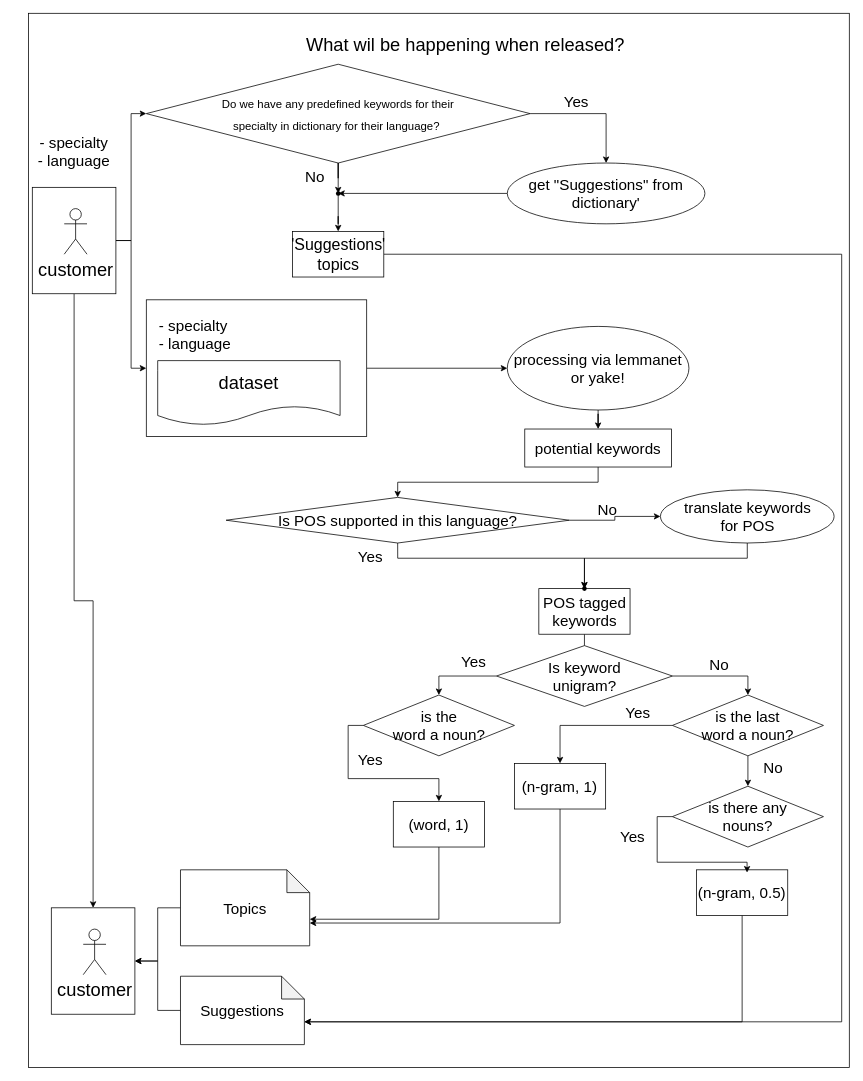
Above: page "before selecting topics" (2 of 3) of Untitled Diagram.drawio in yuliia-shevchenko137/yuliia-shevchenko137 (draw.io), before the change. Source tidied: cells renumbered, new cells numbered last; positions are measured from the earlier drawing's top-left corner, leaving out a move shared by most shapes. Both pictures are drawn from the tidied source at 76%, with x=0, y=0 at pixel (13, 13).
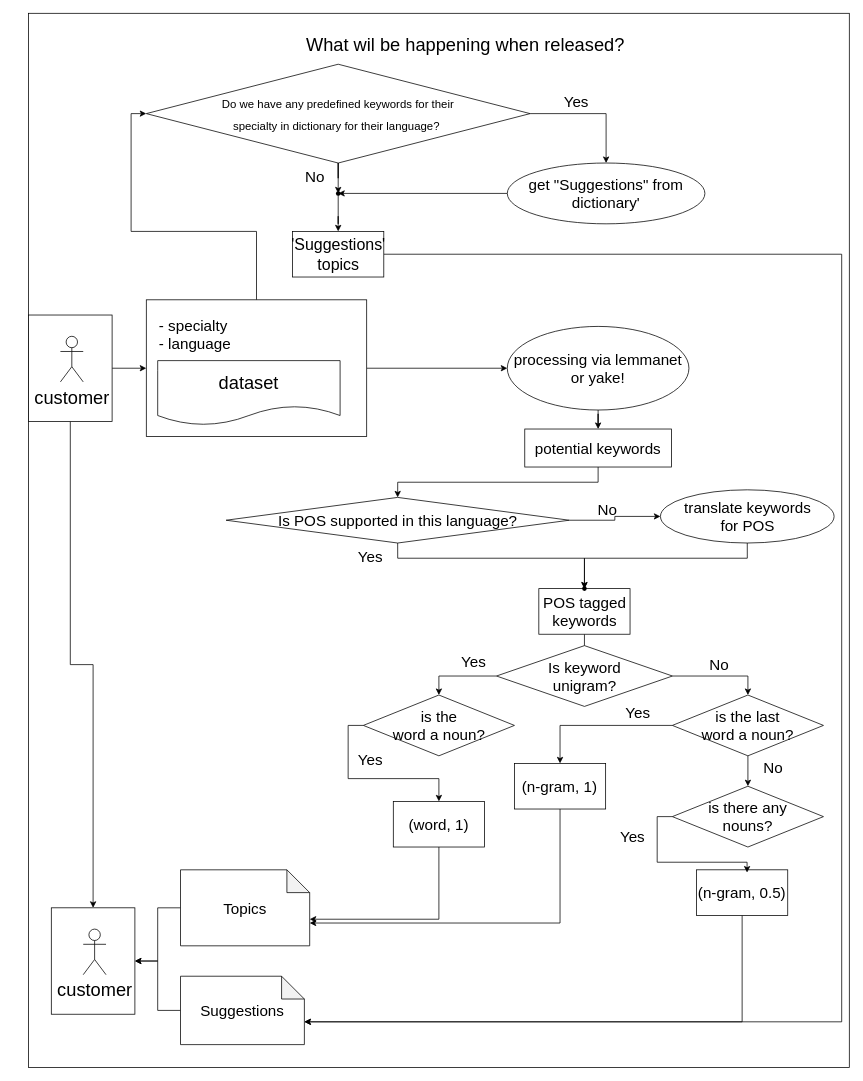
After the change.

Unchanged cells that the change refers to:
```xml
<mxCell id="9" value="&lt;font style=&quot;font-size: 15px;&quot;&gt;&lt;br&gt;Do we have any predefined keywords for their &lt;br&gt;specialty in dictionary for their language?&amp;nbsp;&lt;/font&gt;" style="rhombus;whiteSpace=wrap;html=1;fontSize=24;verticalAlign=top;" parent="1" vertex="1">
  <mxGeometry x="175" y="67" width="505" height="130" as="geometry" />
</mxCell>
<mxCell id="18" style="rounded=0;whiteSpace=wrap;html=1;fontSize=15;" parent="1" vertex="1">
  <mxGeometry x="175" y="377" width="290" height="180" as="geometry" />
</mxCell>
```

Diff of the diagram source:
```diff
@@
-    <mxCell id="4" style="edgeStyle=orthogonalEdgeStyle;rounded=0;jettySize=auto;html=1;fontSize=24;entryX=0;entryY=0.5;entryDx=0;entryDy=0;exitX=1;exitY=0.5;exitDx=0;exitDy=0;" parent="1" edge="1" source="63" target="9">
-      <mxGeometry relative="1" as="geometry" />
-    </mxCell>
@@
-    <mxCell id="16" value="- specialty&lt;br style=&quot;font-size: 20px;&quot;&gt;- language" style="text;html=1;strokeColor=none;fillColor=none;align=center;verticalAlign=middle;whiteSpace=wrap;rounded=0;fontSize=20;" parent="1" vertex="1">
-      <mxGeometry y="167" width="160" height="30" as="geometry" />
-    </mxCell>
@@
+    <mxCell id="67" style="edgeStyle=orthogonalEdgeStyle;rounded=0;jettySize=auto;html=1;exitX=0.5;exitY=0;exitDx=0;exitDy=0;entryX=0;entryY=0.5;entryDx=0;entryDy=0;fontSize=20;" parent="1" edge="1" source="18" target="9">
+      <mxGeometry relative="1" as="geometry" />
+    </mxCell>
@@
     <mxCell id="63" style="rounded=0;whiteSpace=wrap;html=1;fontSize=20;" parent="1" vertex="1">
-      <mxGeometry x="25" y="229" width="110" height="140" as="geometry" />
+      <mxGeometry x="20" y="397" width="110" height="140" as="geometry" />
     </mxCell>
     <mxCell id="64" value="customer" style="shape=umlActor;verticalLabelPosition=bottom;verticalAlign=top;html=1;fontSize=24;" parent="1" vertex="1">
-      <mxGeometry x="67" y="257" width="30" height="60" as="geometry" />
+      <mxGeometry x="62" y="425" width="30" height="60" as="geometry" />
     </mxCell>
```
